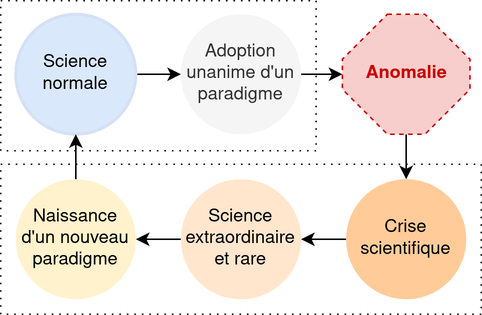
Earlier version of the draw.io export latex/img/changement_paradigme.png (ljpetkovic/these). Source tidied: cells renumbered, new cells last; positions are measured from the earlier drawing's top-left corner, leaving out a move shared by most shapes.
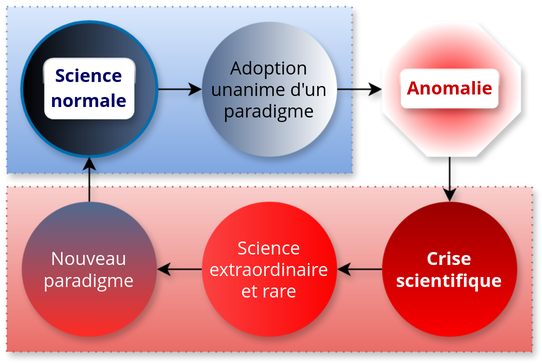
The same file after the commit.

Change to the diagram source:
```diff
@@ -2,53 +2,64 @@
   <root>
     <mxCell id="0" />
     <mxCell id="1" parent="0" />
-    <mxCell id="2" style="rounded=0;whiteSpace=wrap;html=1;dashed=1;fillColor=none;dashPattern=1 4;" parent="1" vertex="1">
-      <mxGeometry width="210" height="100" as="geometry" />
+    <mxCell id="2" style="rounded=0;whiteSpace=wrap;html=1;dashed=1;fillColor=#dae8fc;dashPattern=1 4;fontFamily=Open Sans;strokeColor=#6c8ebf;shadow=1;gradientColor=#7ea6e0;" parent="1" vertex="1">
+      <mxGeometry x="-10" y="-11" width="230" height="111" as="geometry" />
     </mxCell>
-    <mxCell id="3" style="rounded=0;whiteSpace=wrap;html=1;dashed=1;fillColor=none;dashPattern=1 4;fontSize=11;" parent="1" vertex="1">
-      <mxGeometry y="109" width="320" height="100" as="geometry" />
+    <mxCell id="3" style="rounded=0;whiteSpace=wrap;html=1;dashed=1;fillColor=#f8cecc;dashPattern=1 4;fontSize=11;fontFamily=Open Sans;strokeColor=#b85450;shadow=1;gradientColor=#ea6b66;" parent="1" vertex="1">
+      <mxGeometry x="-10" y="109" width="350" height="110" as="geometry" />
     </mxCell>
-    <mxCell id="4" style="edgeStyle=orthogonalEdgeStyle;rounded=0;jettySize=auto;html=1;shadow=0;fontStyle=0;labelBorderColor=none;" parent="1" edge="1" source="5" target="7">
+    <mxCell id="4" style="edgeStyle=orthogonalEdgeStyle;rounded=0;jettySize=auto;html=1;shadow=1;fontStyle=0;labelBorderColor=none;fontFamily=Open Sans;" parent="1" edge="1" source="5" target="7">
       <mxGeometry relative="1" as="geometry" />
     </mxCell>
-    <mxCell id="5" value="Science normale" style="ellipse;whiteSpace=wrap;html=1;shadow=0;fontStyle=0;labelBorderColor=none;fillColor=#dae8fc;strokeColor=#D4E1F5;gradientColor=none;strokeWidth=2;" parent="1" vertex="1">
-      <mxGeometry x="10" y="9" width="80" height="80" as="geometry" />
+    <mxCell id="5" style="ellipse;whiteSpace=wrap;html=1;shadow=1;fontStyle=0;labelBorderColor=none;fillColor=#50698F;strokeColor=#006EAF;strokeWidth=2;fontFamily=Open Sans;fontColor=#ffffff;align=center;gradientColor=default;gradientDirection=west;" parent="1" vertex="1">
+      <mxGeometry y="-1" width="90" height="90" as="geometry" />
     </mxCell>
-    <mxCell id="6" style="edgeStyle=orthogonalEdgeStyle;rounded=0;jettySize=auto;html=1;shadow=0;fontStyle=0;labelBorderColor=none;" parent="1" edge="1" source="7" target="9">
+    <mxCell id="6" style="edgeStyle=orthogonalEdgeStyle;rounded=0;jettySize=auto;html=1;shadow=1;fontStyle=0;labelBorderColor=none;fontFamily=Open Sans;" parent="1" edge="1" source="7" target="9">
       <mxGeometry relative="1" as="geometry" />
     </mxCell>
-    <mxCell id="7" value="Adoption unanime d'un paradigme" style="ellipse;whiteSpace=wrap;html=1;shadow=0;fontStyle=0;labelBorderColor=none;fillColor=#f5f5f5;fontColor=#333333;strokeColor=none;" parent="1" vertex="1">
-      <mxGeometry x="120" y="9" width="80" height="80" as="geometry" />
+    <mxCell id="7" value="Adoption unanime d'un paradigme" style="ellipse;whiteSpace=wrap;html=1;shadow=1;fontStyle=0;labelBorderColor=none;fontFamily=Open Sans;strokeColor=none;gradientColor=#50698F;gradientDirection=west;" parent="1" vertex="1">
+      <mxGeometry x="120" y="-1" width="90" height="90" as="geometry" />
     </mxCell>
-    <mxCell id="8" style="edgeStyle=orthogonalEdgeStyle;rounded=0;jettySize=auto;html=1;" parent="1" edge="1" source="9" target="12">
-      <mxGeometry relative="1" as="geometry" />
+    <mxCell id="8" style="edgeStyle=orthogonalEdgeStyle;rounded=0;jettySize=auto;html=1;fontFamily=Open Sans;shadow=1;" parent="1" edge="1" source="9" target="12">
+      <mxGeometry relative="1" as="geometry">
+        <Array as="points">
+          <mxPoint x="285" y="99" />
+          <mxPoint x="285" y="99" />
+        </Array>
+      </mxGeometry>
     </mxCell>
-    <mxCell id="9" value="&lt;font color=&quot;#cc0000&quot;&gt;Anomalie&lt;/font&gt;" style="whiteSpace=wrap;html=1;shape=mxgraph.basic.octagon2;align=center;verticalAlign=middle;dx=15;shadow=0;fontStyle=1;labelBorderColor=none;fillColor=#f8cecc;strokeColor=#CC0000;gradientColor=none;dashed=1;" parent="1" vertex="1">
-      <mxGeometry x="227.5" y="9" width="85" height="80" as="geometry" />
+    <mxCell id="9" style="whiteSpace=wrap;html=1;shape=mxgraph.basic.octagon2;align=center;verticalAlign=middle;dx=15;shadow=1;fontStyle=1;labelBorderColor=none;fillColor=#FC0000;strokeColor=none;gradientColor=#FFFFFF;fontFamily=Open Sans;fillStyle=zigzag-line;gradientDirection=radial;strokeWidth=1;" parent="1" vertex="1">
+      <mxGeometry x="240" y="-1" width="92.5" height="90" as="geometry" />
     </mxCell>
-    <mxCell id="10" style="edgeStyle=orthogonalEdgeStyle;rounded=0;jettySize=auto;html=1;strokeColor=none;" parent="1" edge="1" source="12" target="17">
+    <mxCell id="10" style="edgeStyle=orthogonalEdgeStyle;rounded=0;jettySize=auto;html=1;strokeColor=none;fontFamily=Open Sans;shadow=1;" parent="1" edge="1" source="12" target="17">
       <mxGeometry relative="1" as="geometry" />
     </mxCell>
-    <mxCell id="11" style="edgeStyle=orthogonalEdgeStyle;rounded=0;jettySize=auto;html=1;" parent="1" edge="1" source="12" target="17">
+    <mxCell id="11" style="edgeStyle=orthogonalEdgeStyle;rounded=0;jettySize=auto;html=1;fontFamily=Open Sans;shadow=1;" parent="1" edge="1" source="12" target="17">
       <mxGeometry relative="1" as="geometry" />
     </mxCell>
-    <mxCell id="12" value="Crise scientifique" style="ellipse;whiteSpace=wrap;html=1;shadow=0;fontStyle=0;labelBorderColor=none;fillColor=#ffcc99;strokeColor=none;" parent="1" vertex="1">
-      <mxGeometry x="230" y="119" width="80" height="80" as="geometry" />
+    <mxCell id="12" value="&lt;b&gt;&lt;font color=&quot;#ffffff&quot;&gt;Crise scientifique&lt;/font&gt;&lt;/b&gt;" style="ellipse;whiteSpace=wrap;html=1;shadow=1;fontStyle=0;labelBorderColor=none;fontFamily=Open Sans;fillColor=#FC0000;strokeColor=none;gradientColor=#990000;gradientDirection=north;strokeWidth=2;" parent="1" vertex="1">
+      <mxGeometry x="240" y="119" width="90" height="90" as="geometry" />
     </mxCell>
-    <mxCell id="13" style="edgeStyle=orthogonalEdgeStyle;rounded=0;jettySize=auto;html=1;" parent="1" edge="1" source="14" target="5">
+    <mxCell id="13" style="edgeStyle=orthogonalEdgeStyle;rounded=0;jettySize=auto;html=1;fontFamily=Open Sans;shadow=1;" parent="1" edge="1" source="14" target="5">
       <mxGeometry relative="1" as="geometry" />
     </mxCell>
-    <mxCell id="14" value="Naissance d'un nouveau paradigme" style="ellipse;whiteSpace=wrap;html=1;shadow=0;fontStyle=0;labelBorderColor=none;fillColor=#fff2cc;strokeColor=none;" parent="1" vertex="1">
-      <mxGeometry x="10" y="119" width="80" height="80" as="geometry" />
+    <mxCell id="14" value="&lt;font color=&quot;#ffffff&quot;&gt;Nouveau paradigme&lt;/font&gt;" style="ellipse;whiteSpace=wrap;html=1;shadow=1;fontStyle=0;labelBorderColor=none;fontFamily=Open Sans;fillColor=#FF2B24;strokeColor=none;gradientColor=#50698F;gradientDirection=north;perimeterSpacing=0;" parent="1" vertex="1">
+      <mxGeometry y="119" width="90" height="90" as="geometry" />
     </mxCell>
-    <mxCell id="15" style="shape=waypoint;sketch=0;size=6;fillColor=#fff2cc;perimeter=centerPerimeter;strokeColor=none;shadow=0;fontStyle=0;labelBorderColor=none;" parent="1" vertex="1">
+    <mxCell id="15" style="shape=waypoint;sketch=0;size=6;fillColor=#fff2cc;perimeter=centerPerimeter;strokeColor=none;shadow=1;fontStyle=0;labelBorderColor=none;fontFamily=Open Sans;" parent="1" vertex="1">
       <mxGeometry x="80" y="149" width="20" height="20" as="geometry" />
     </mxCell>
-    <mxCell id="16" style="edgeStyle=orthogonalEdgeStyle;rounded=0;jettySize=auto;html=1;strokeColor=default;" parent="1" edge="1" source="17" target="14">
+    <mxCell id="16" style="edgeStyle=orthogonalEdgeStyle;rounded=0;jettySize=auto;html=1;strokeColor=default;fontFamily=Open Sans;shadow=1;" parent="1" edge="1" source="17" target="14">
       <mxGeometry relative="1" as="geometry" />
     </mxCell>
-    <mxCell id="17" value="Science extraordinaire et rare" style="ellipse;whiteSpace=wrap;html=1;shadow=0;fontStyle=0;labelBorderColor=none;fillColor=#ffe6cc;strokeColor=none;" parent="1" vertex="1">
-      <mxGeometry x="120" y="119" width="80" height="80" as="geometry" />
+    <mxCell id="17" value="&lt;font color=&quot;#ffffff&quot;&gt;Science extraordinaire et rare&lt;/font&gt;" style="ellipse;whiteSpace=wrap;html=1;shadow=1;fontStyle=0;labelBorderColor=none;fontFamily=Open Sans;fillColor=#FC4242;strokeColor=none;gradientColor=#FC0000;gradientDirection=east;" parent="1" vertex="1">
+      <mxGeometry x="120" y="119" width="90" height="90" as="geometry" />
     </mxCell>
+    <mxCell id="18" value="&lt;font color=&quot;#000066&quot; face=&quot;Open Sans&quot;&gt;Science normale&lt;/font&gt;" style="text;html=1;align=center;verticalAlign=middle;whiteSpace=wrap;rounded=1;fillColor=default;glass=1;shadow=1;fontStyle=1;" parent="1" vertex="1">
+      <mxGeometry x="15" y="24" width="60" height="40" as="geometry" />
+    </mxCell>
+    <mxCell id="19" value="&lt;font color=&quot;#c90000&quot;&gt;&lt;b&gt;&lt;font face=&quot;Open Sans&quot;&gt;Anomalie&lt;/font&gt;&lt;/b&gt;&lt;/font&gt;" style="text;html=1;align=center;verticalAlign=middle;whiteSpace=wrap;rounded=1;fillColor=default;glass=1;shadow=1;" parent="1" vertex="1">
+      <mxGeometry x="252.5" y="31.2" width="65" height="25.5" as="geometry" />
+    </mxCell>
   </root>
 </mxGraphModel>
```
